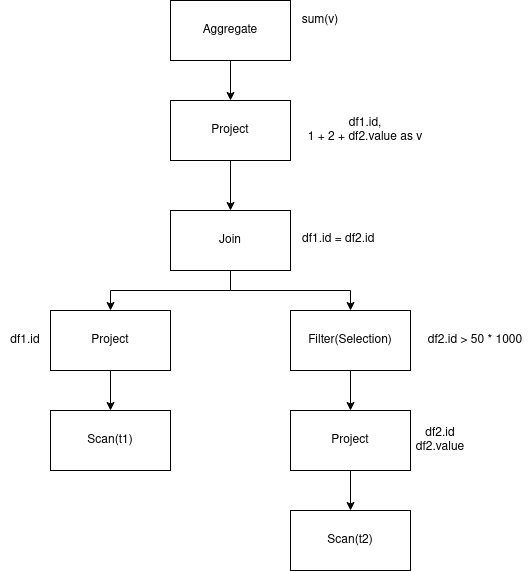
ares-b/blog keeps this draw.io diagram as assets/images/posts/spark-core-concepts/catalyst-projection-pruning.png. Above is the earlier version. Source tidied: cells renumbered, new cells last; positions are measured from the earlier drawing's top-left corner, leaving out a move shared by most shapes. The source it was exported from:
```xml
<mxGraphModel>
  <root>
    <mxCell id="0" />
    <mxCell id="1" parent="0" />
    <mxCell id="2" style="edgeStyle=orthogonalEdgeStyle;rounded=0;jettySize=auto;html=1;entryX=0.5;entryY=0;entryDx=0;entryDy=0;" parent="1" edge="1" source="3" target="5">
      <mxGeometry relative="1" as="geometry" />
    </mxCell>
    <mxCell id="3" value="Aggregate" style="rounded=0;whiteSpace=wrap;html=1;" parent="1" vertex="1">
      <mxGeometry x="170" width="120" height="60" as="geometry" />
    </mxCell>
    <mxCell id="4" value="sum(v)" style="text;html=1;strokeColor=none;fillColor=none;align=center;verticalAlign=middle;whiteSpace=wrap;rounded=0;" parent="1" vertex="1">
      <mxGeometry x="290" y="5" width="60" height="30" as="geometry" />
    </mxCell>
    <mxCell id="5" value="Project" style="rounded=0;whiteSpace=wrap;html=1;" parent="1" vertex="1">
      <mxGeometry x="170" y="100" width="120" height="60" as="geometry" />
    </mxCell>
    <mxCell id="6" value="&lt;div&gt;df1.id,&lt;/div&gt;&lt;div&gt;1 + 2 + df2.value as v&lt;br&gt;&lt;/div&gt;" style="text;html=1;strokeColor=none;fillColor=none;align=center;verticalAlign=middle;whiteSpace=wrap;rounded=0;" parent="1" vertex="1">
      <mxGeometry x="300" y="100" width="130" height="60" as="geometry" />
    </mxCell>
    <mxCell id="7" style="edgeStyle=orthogonalEdgeStyle;rounded=0;jettySize=auto;html=1;exitX=0.5;exitY=1;exitDx=0;exitDy=0;" parent="1" edge="1" source="5" target="10">
      <mxGeometry relative="1" as="geometry" />
    </mxCell>
    <mxCell id="8" style="edgeStyle=orthogonalEdgeStyle;rounded=0;jettySize=auto;html=1;" parent="1" edge="1" source="10" target="15">
      <mxGeometry relative="1" as="geometry" />
    </mxCell>
    <mxCell id="9" style="edgeStyle=orthogonalEdgeStyle;rounded=0;jettySize=auto;html=1;entryX=0.5;entryY=0;entryDx=0;entryDy=0;" parent="1" edge="1" source="10" target="18">
      <mxGeometry relative="1" as="geometry" />
    </mxCell>
    <mxCell id="10" value="Join" style="rounded=0;whiteSpace=wrap;html=1;" parent="1" vertex="1">
      <mxGeometry x="170" y="210" width="120" height="60" as="geometry" />
    </mxCell>
    <mxCell id="11" value="Scan(t1)" style="rounded=0;whiteSpace=wrap;html=1;" parent="1" vertex="1">
      <mxGeometry x="50" y="410" width="120" height="60" as="geometry" />
    </mxCell>
    <mxCell id="12" value="Scan(t2)" style="rounded=0;whiteSpace=wrap;html=1;" parent="1" vertex="1">
      <mxGeometry x="290" y="510" width="120" height="60" as="geometry" />
    </mxCell>
    <mxCell id="13" value="df1.id = df2.id" style="text;whiteSpace=wrap;html=1;" parent="1" vertex="1">
      <mxGeometry x="300" y="225" width="80" height="30" as="geometry" />
    </mxCell>
    <mxCell id="14" style="edgeStyle=orthogonalEdgeStyle;rounded=0;jettySize=auto;html=1;entryX=0.5;entryY=0;entryDx=0;entryDy=0;" parent="1" edge="1" source="15" target="21">
      <mxGeometry relative="1" as="geometry" />
    </mxCell>
    <mxCell id="15" value="Filter(Selection)" style="rounded=0;whiteSpace=wrap;html=1;" parent="1" vertex="1">
      <mxGeometry x="290" y="310" width="120" height="60" as="geometry" />
    </mxCell>
    <mxCell id="16" value="&lt;div&gt;df2.id &amp;gt; 50 * 1000&lt;br&gt;&lt;/div&gt;" style="text;html=1;strokeColor=none;fillColor=none;align=center;verticalAlign=middle;whiteSpace=wrap;rounded=0;" parent="1" vertex="1">
      <mxGeometry x="420" y="310" width="110" height="60" as="geometry" />
    </mxCell>
    <mxCell id="17" style="edgeStyle=orthogonalEdgeStyle;rounded=0;jettySize=auto;html=1;entryX=0.5;entryY=0;entryDx=0;entryDy=0;" parent="1" edge="1" source="18" target="11">
      <mxGeometry relative="1" as="geometry" />
    </mxCell>
    <mxCell id="18" value="Project" style="rounded=0;whiteSpace=wrap;html=1;" parent="1" vertex="1">
      <mxGeometry x="50" y="310" width="120" height="60" as="geometry" />
    </mxCell>
    <mxCell id="19" value="&lt;div&gt;df1.id&lt;/div&gt;" style="text;html=1;strokeColor=none;fillColor=none;align=center;verticalAlign=middle;whiteSpace=wrap;rounded=0;" parent="1" vertex="1">
      <mxGeometry y="310" width="50" height="60" as="geometry" />
    </mxCell>
    <mxCell id="20" style="edgeStyle=orthogonalEdgeStyle;rounded=0;jettySize=auto;html=1;entryX=0.5;entryY=0;entryDx=0;entryDy=0;" parent="1" edge="1" source="21" target="12">
      <mxGeometry relative="1" as="geometry" />
    </mxCell>
    <mxCell id="21" value="Project" style="rounded=0;whiteSpace=wrap;html=1;" parent="1" vertex="1">
      <mxGeometry x="290" y="410" width="120" height="60" as="geometry" />
    </mxCell>
    <mxCell id="22" value="&lt;div&gt;df2.id&lt;/div&gt;&lt;div&gt;df2.value&lt;br&gt;&lt;/div&gt;" style="text;html=1;strokeColor=none;fillColor=none;align=center;verticalAlign=middle;whiteSpace=wrap;rounded=0;" parent="1" vertex="1">
      <mxGeometry x="410" y="410" width="60" height="60" as="geometry" />
    </mxCell>
  </root>
</mxGraphModel>
```
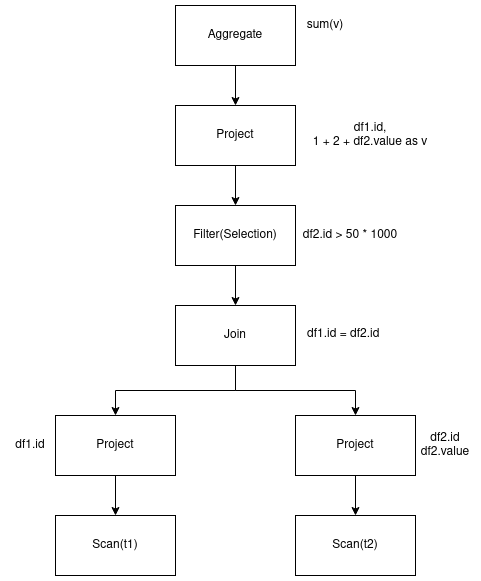
Above is the later version.

Commit message:
spark core concepts

Change to the diagram source:
```diff
@@ -2,68 +2,68 @@
   <root>
     <mxCell id="0" />
     <mxCell id="1" parent="0" />
-    <mxCell id="2" style="edgeStyle=orthogonalEdgeStyle;rounded=0;jettySize=auto;html=1;entryX=0.5;entryY=0;entryDx=0;entryDy=0;" parent="1" edge="1" source="3" target="5">
-      <mxGeometry relative="1" as="geometry" />
-    </mxCell>
+    <mxCell id="23" style="edgeStyle=orthogonalEdgeStyle;rounded=0;jettySize=auto;html=1;entryX=0.5;entryY=0;entryDx=0;entryDy=0;" parent="1" edge="1" source="3" target="25">
+      <mxGeometry relative="1" as="geometry" />
+    </mxCell>
     <mxCell id="3" value="Aggregate" style="rounded=0;whiteSpace=wrap;html=1;" parent="1" vertex="1">
-      <mxGeometry x="170" width="120" height="60" as="geometry" />
+      <mxGeometry x="200" y="10" width="120" height="60" as="geometry" />
     </mxCell>
     <mxCell id="4" value="sum(v)" style="text;html=1;strokeColor=none;fillColor=none;align=center;verticalAlign=middle;whiteSpace=wrap;rounded=0;" parent="1" vertex="1">
-      <mxGeometry x="290" y="5" width="60" height="30" as="geometry" />
+      <mxGeometry x="320" y="15" width="60" height="30" as="geometry" />
     </mxCell>
-    <mxCell id="5" value="Project" style="rounded=0;whiteSpace=wrap;html=1;" parent="1" vertex="1">
-      <mxGeometry x="170" y="100" width="120" height="60" as="geometry" />
-    </mxCell>
+    <mxCell id="24" style="edgeStyle=orthogonalEdgeStyle;rounded=0;jettySize=auto;html=1;entryX=0.5;entryY=0;entryDx=0;entryDy=0;" parent="1" edge="1" source="25" target="15">
+      <mxGeometry relative="1" as="geometry" />
+    </mxCell>
+    <mxCell id="25" value="Project" style="rounded=0;whiteSpace=wrap;html=1;" parent="1" vertex="1">
+      <mxGeometry x="200" y="110" width="120" height="60" as="geometry" />
+    </mxCell>
     <mxCell id="6" value="&lt;div&gt;df1.id,&lt;/div&gt;&lt;div&gt;1 + 2 + df2.value as v&lt;br&gt;&lt;/div&gt;" style="text;html=1;strokeColor=none;fillColor=none;align=center;verticalAlign=middle;whiteSpace=wrap;rounded=0;" parent="1" vertex="1">
-      <mxGeometry x="300" y="100" width="130" height="60" as="geometry" />
+      <mxGeometry x="330" y="110" width="130" height="60" as="geometry" />
     </mxCell>
-    <mxCell id="7" style="edgeStyle=orthogonalEdgeStyle;rounded=0;jettySize=auto;html=1;exitX=0.5;exitY=1;exitDx=0;exitDy=0;" parent="1" edge="1" source="5" target="10">
-      <mxGeometry relative="1" as="geometry" />
-    </mxCell>
-    <mxCell id="8" style="edgeStyle=orthogonalEdgeStyle;rounded=0;jettySize=auto;html=1;" parent="1" edge="1" source="10" target="15">
-      <mxGeometry relative="1" as="geometry" />
-    </mxCell>
-    <mxCell id="9" style="edgeStyle=orthogonalEdgeStyle;rounded=0;jettySize=auto;html=1;entryX=0.5;entryY=0;entryDx=0;entryDy=0;" parent="1" edge="1" source="10" target="18">
-      <mxGeometry relative="1" as="geometry" />
-    </mxCell>
+    <mxCell id="26" style="edgeStyle=orthogonalEdgeStyle;rounded=0;jettySize=auto;html=1;entryX=0.5;entryY=0;entryDx=0;entryDy=0;" parent="1" edge="1" source="10" target="30">
+      <mxGeometry relative="1" as="geometry" />
+    </mxCell>
+    <mxCell id="27" style="edgeStyle=orthogonalEdgeStyle;rounded=0;jettySize=auto;html=1;" parent="1" edge="1" source="10" target="32">
+      <mxGeometry relative="1" as="geometry" />
+    </mxCell>
     <mxCell id="10" value="Join" style="rounded=0;whiteSpace=wrap;html=1;" parent="1" vertex="1">
-      <mxGeometry x="170" y="210" width="120" height="60" as="geometry" />
+      <mxGeometry x="200" y="310" width="120" height="60" as="geometry" />
     </mxCell>
     <mxCell id="11" value="Scan(t1)" style="rounded=0;whiteSpace=wrap;html=1;" parent="1" vertex="1">
-      <mxGeometry x="50" y="410" width="120" height="60" as="geometry" />
+      <mxGeometry x="80" y="520" width="120" height="60" as="geometry" />
     </mxCell>
     <mxCell id="12" value="Scan(t2)" style="rounded=0;whiteSpace=wrap;html=1;" parent="1" vertex="1">
-      <mxGeometry x="290" y="510" width="120" height="60" as="geometry" />
+      <mxGeometry x="320" y="520" width="120" height="60" as="geometry" />
     </mxCell>
     <mxCell id="13" value="df1.id = df2.id" style="text;whiteSpace=wrap;html=1;" parent="1" vertex="1">
-      <mxGeometry x="300" y="225" width="80" height="30" as="geometry" />
+      <mxGeometry x="330" y="325" width="80" height="30" as="geometry" />
     </mxCell>
-    <mxCell id="14" style="edgeStyle=orthogonalEdgeStyle;rounded=0;jettySize=auto;html=1;entryX=0.5;entryY=0;entryDx=0;entryDy=0;" parent="1" edge="1" source="15" target="21">
-      <mxGeometry relative="1" as="geometry" />
-    </mxCell>
+    <mxCell id="28" style="edgeStyle=orthogonalEdgeStyle;rounded=0;jettySize=auto;html=1;entryX=0.5;entryY=0;entryDx=0;entryDy=0;" parent="1" edge="1" source="15" target="10">
+      <mxGeometry relative="1" as="geometry" />
+    </mxCell>
     <mxCell id="15" value="Filter(Selection)" style="rounded=0;whiteSpace=wrap;html=1;" parent="1" vertex="1">
-      <mxGeometry x="290" y="310" width="120" height="60" as="geometry" />
+      <mxGeometry x="200" y="210" width="120" height="60" as="geometry" />
     </mxCell>
     <mxCell id="16" value="&lt;div&gt;df2.id &amp;gt; 50 * 1000&lt;br&gt;&lt;/div&gt;" style="text;html=1;strokeColor=none;fillColor=none;align=center;verticalAlign=middle;whiteSpace=wrap;rounded=0;" parent="1" vertex="1">
-      <mxGeometry x="420" y="310" width="110" height="60" as="geometry" />
+      <mxGeometry x="320" y="210" width="110" height="60" as="geometry" />
     </mxCell>
-    <mxCell id="17" style="edgeStyle=orthogonalEdgeStyle;rounded=0;jettySize=auto;html=1;entryX=0.5;entryY=0;entryDx=0;entryDy=0;" parent="1" edge="1" source="18" target="11">
-      <mxGeometry relative="1" as="geometry" />
-    </mxCell>
-    <mxCell id="18" value="Project" style="rounded=0;whiteSpace=wrap;html=1;" parent="1" vertex="1">
-      <mxGeometry x="50" y="310" width="120" height="60" as="geometry" />
-    </mxCell>
+    <mxCell id="29" style="edgeStyle=orthogonalEdgeStyle;rounded=0;jettySize=auto;html=1;entryX=0.5;entryY=0;entryDx=0;entryDy=0;" parent="1" edge="1" source="30" target="11">
+      <mxGeometry relative="1" as="geometry" />
+    </mxCell>
+    <mxCell id="30" value="Project" style="rounded=0;whiteSpace=wrap;html=1;" parent="1" vertex="1">
+      <mxGeometry x="80" y="420" width="120" height="60" as="geometry" />
+    </mxCell>
     <mxCell id="19" value="&lt;div&gt;df1.id&lt;/div&gt;" style="text;html=1;strokeColor=none;fillColor=none;align=center;verticalAlign=middle;whiteSpace=wrap;rounded=0;" parent="1" vertex="1">
-      <mxGeometry y="310" width="50" height="60" as="geometry" />
+      <mxGeometry x="30" y="420" width="50" height="60" as="geometry" />
     </mxCell>
-    <mxCell id="20" style="edgeStyle=orthogonalEdgeStyle;rounded=0;jettySize=auto;html=1;entryX=0.5;entryY=0;entryDx=0;entryDy=0;" parent="1" edge="1" source="21" target="12">
-      <mxGeometry relative="1" as="geometry" />
-    </mxCell>
-    <mxCell id="21" value="Project" style="rounded=0;whiteSpace=wrap;html=1;" parent="1" vertex="1">
-      <mxGeometry x="290" y="410" width="120" height="60" as="geometry" />
-    </mxCell>
+    <mxCell id="31" style="edgeStyle=orthogonalEdgeStyle;rounded=0;jettySize=auto;html=1;entryX=0.5;entryY=0;entryDx=0;entryDy=0;" parent="1" edge="1" source="32" target="12">
+      <mxGeometry relative="1" as="geometry" />
+    </mxCell>
+    <mxCell id="32" value="Project" style="rounded=0;whiteSpace=wrap;html=1;" parent="1" vertex="1">
+      <mxGeometry x="320" y="420" width="120" height="60" as="geometry" />
+    </mxCell>
     <mxCell id="22" value="&lt;div&gt;df2.id&lt;/div&gt;&lt;div&gt;df2.value&lt;br&gt;&lt;/div&gt;" style="text;html=1;strokeColor=none;fillColor=none;align=center;verticalAlign=middle;whiteSpace=wrap;rounded=0;" parent="1" vertex="1">
-      <mxGeometry x="410" y="410" width="60" height="60" as="geometry" />
+      <mxGeometry x="440" y="420" width="60" height="60" as="geometry" />
     </mxCell>
   </root>
 </mxGraphModel>
```
